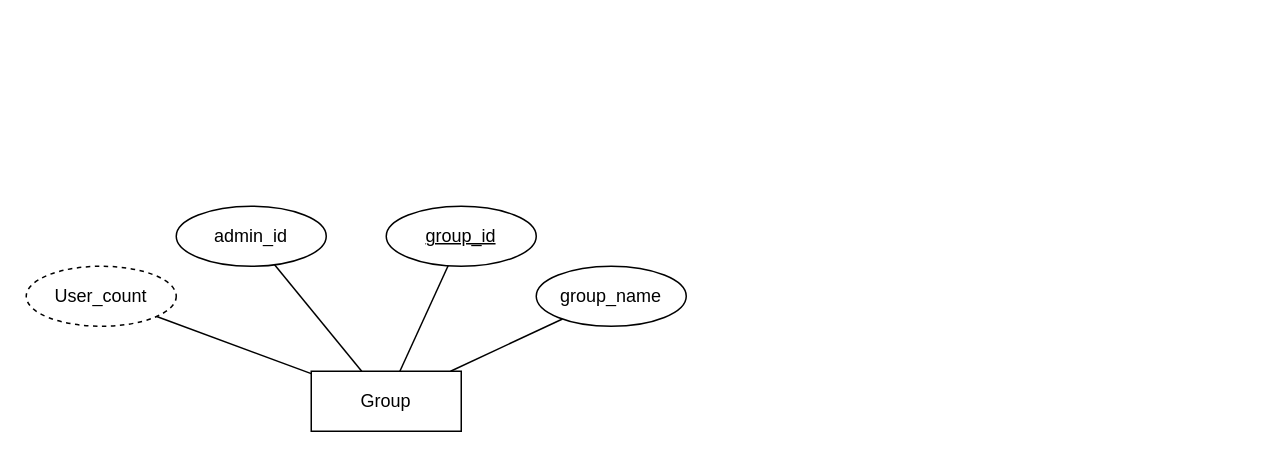
The draw.io diagram Draw.io/dbmsex89.drawio in Vishwanath61/21CS210-DBMS-LAB, before the edit. Source tidied: cells renumbered, new cells numbered last; positions are measured from the earlier drawing's top-left corner, leaving out a move shared by most shapes. Both pictures are drawn from the tidied source at 150%, with x=0, y=0 at pixel (26, 206).
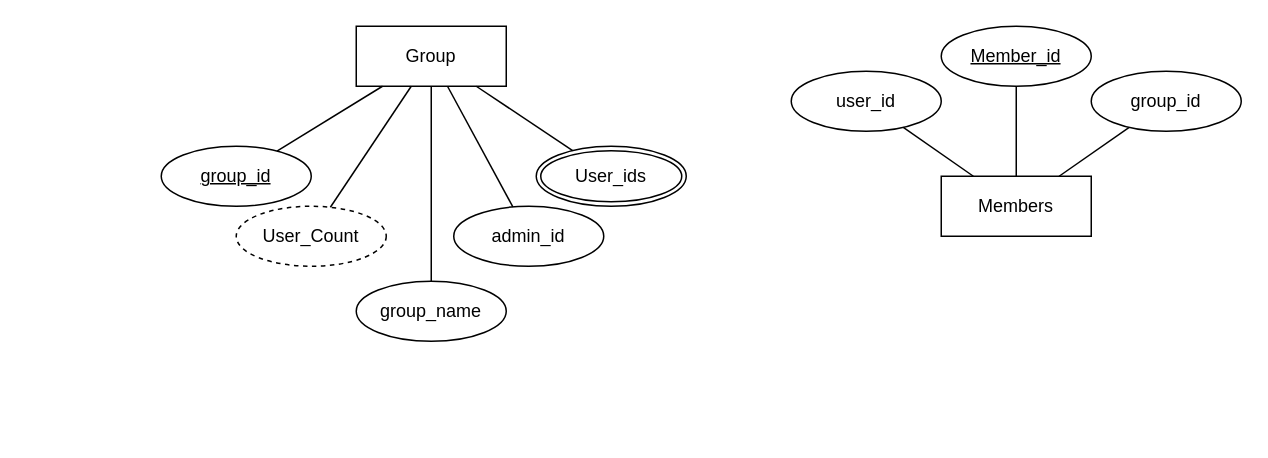
After the change.

Diff of the diagram source:
```diff
@@
+    <mxCell id="11" style="group;" parent="1" vertex="1">
+      <mxGeometry x="90" y="-120" width="350" height="210" as="geometry" />
+    </mxCell>
+    <mxCell id="4" value="Group" style="whiteSpace=wrap;html=1;align=center;" parent="11" vertex="1">
+      <mxGeometry x="130" width="100" height="40" as="geometry" />
+    </mxCell>
+    <mxCell id="12" style="group;" parent="11" vertex="1">
+      <mxGeometry y="80" width="350" height="130" as="geometry" />
+    </mxCell>
+    <mxCell id="8" value="group_name" style="ellipse;whiteSpace=wrap;html=1;align=center;" parent="12" vertex="1">
+      <mxGeometry x="130" y="90" width="100" height="40" as="geometry" />
+    </mxCell>
-    <mxCell id="2" value="group_id" style="ellipse;whiteSpace=wrap;html=1;align=center;fontStyle=4;" parent="1" vertex="1">
-      <mxGeometry x="240" width="100" height="40" as="geometry" />
+    <mxCell id="2" value="group_id" style="ellipse;whiteSpace=wrap;html=1;align=center;fontStyle=4;" parent="12" vertex="1">
+      <mxGeometry width="100" height="40" as="geometry" />
     </mxCell>
+    <mxCell id="9" value="admin_id" style="ellipse;whiteSpace=wrap;html=1;align=center;" parent="12" vertex="1">
+      <mxGeometry x="195" y="40" width="100" height="40" as="geometry" />
+    </mxCell>
+    <mxCell id="13" value="User_Count" style="ellipse;whiteSpace=wrap;html=1;align=center;dashed=1;" parent="12" vertex="1">
+      <mxGeometry x="50" y="40" width="100" height="40" as="geometry" />
+    </mxCell>
+    <mxCell id="14" value="User_ids" style="ellipse;shape=doubleEllipse;margin=3;whiteSpace=wrap;html=1;align=center;" parent="12" vertex="1">
+      <mxGeometry x="250" width="100" height="40" as="geometry" />
+    </mxCell>
+    <mxCell id="5" style="endArrow=none;html=1;rounded=0;" parent="11" edge="1" source="8" target="4">
+      <mxGeometry relative="1" as="geometry" />
+    </mxCell>
-    <mxCell id="3" style="endArrow=none;html=1;rounded=0;" parent="1" edge="1" source="2" target="4">
+    <mxCell id="3" style="endArrow=none;html=1;rounded=0;" parent="11" edge="1" source="2" target="4">
       <mxGeometry relative="1" as="geometry" />
     </mxCell>
-    <mxCell id="4" value="Group" style="whiteSpace=wrap;html=1;align=center;" parent="1" vertex="1">
-      <mxGeometry x="190" y="110" width="100" height="40" as="geometry" />
-    </mxCell>
-    <mxCell id="5" style="endArrow=none;html=1;rounded=0;" parent="1" edge="1" source="8" target="4">
-      <mxGeometry relative="1" as="geometry" />
-    </mxCell>
-    <mxCell id="6" style="endArrow=none;html=1;rounded=0;" parent="1" edge="1" source="4" target="9">
+    <mxCell id="6" style="endArrow=none;html=1;rounded=0;" parent="11" edge="1" source="4" target="9">
       <mxGeometry relative="1" as="geometry" />
     </mxCell>
-    <mxCell id="7" style="endArrow=none;html=1;rounded=0;" parent="1" edge="1" source="10" target="4">
-      <mxGeometry relative="1" as="geometry" />
-    </mxCell>
-    <mxCell id="8" value="group_name" style="ellipse;whiteSpace=wrap;html=1;align=center;" parent="1" vertex="1">
-      <mxGeometry x="340" y="40" width="100" height="40" as="geometry" />
-    </mxCell>
-    <mxCell id="9" value="admin_id" style="ellipse;whiteSpace=wrap;html=1;align=center;" parent="1" vertex="1">
-      <mxGeometry x="100" width="100" height="40" as="geometry" />
-    </mxCell>
-    <mxCell id="10" value="User_count" style="ellipse;whiteSpace=wrap;html=1;align=center;dashed=1;" parent="1" vertex="1">
-      <mxGeometry y="40" width="100" height="40" as="geometry" />
-    </mxCell>
+    <mxCell id="15" style="endArrow=none;html=1;rounded=0;" parent="11" edge="1" source="13" target="4">
+      <mxGeometry relative="1" as="geometry" />
+    </mxCell>
+    <mxCell id="16" style="endArrow=none;html=1;rounded=0;" parent="11" edge="1" source="14" target="4">
+      <mxGeometry relative="1" as="geometry" />
+    </mxCell>
+    <mxCell id="17" style="group;" parent="1" vertex="1">
+      <mxGeometry x="510" y="-120" width="300" height="140" as="geometry" />
+    </mxCell>
+    <mxCell id="18" value="user_id" style="ellipse;whiteSpace=wrap;html=1;align=center;" parent="17" vertex="1">
+      <mxGeometry y="30" width="100" height="40" as="geometry" />
+    </mxCell>
+    <mxCell id="19" style="endArrow=none;html=1;rounded=0;" parent="17" edge="1" source="18" target="22">
+      <mxGeometry relative="1" as="geometry" />
+    </mxCell>
+    <mxCell id="20" value="Member_id" style="ellipse;whiteSpace=wrap;html=1;align=center;fontStyle=4;" parent="17" vertex="1">
+      <mxGeometry x="100" width="100" height="40" as="geometry" />
+    </mxCell>
+    <mxCell id="21" style="endArrow=none;html=1;rounded=0;" parent="17" edge="1" source="20" target="22">
+      <mxGeometry relative="1" as="geometry" />
+    </mxCell>
+    <mxCell id="22" value="Members" style="whiteSpace=wrap;html=1;align=center;" parent="17" vertex="1">
+      <mxGeometry x="100" y="100" width="100" height="40" as="geometry" />
+    </mxCell>
+    <mxCell id="23" style="endArrow=none;html=1;rounded=0;" parent="17" edge="1" source="24" target="22">
+      <mxGeometry relative="1" as="geometry" />
+    </mxCell>
+    <mxCell id="24" value="group_id" style="ellipse;whiteSpace=wrap;html=1;align=center;" parent="17" vertex="1">
+      <mxGeometry x="200" y="30" width="100" height="40" as="geometry" />
+    </mxCell>
```
